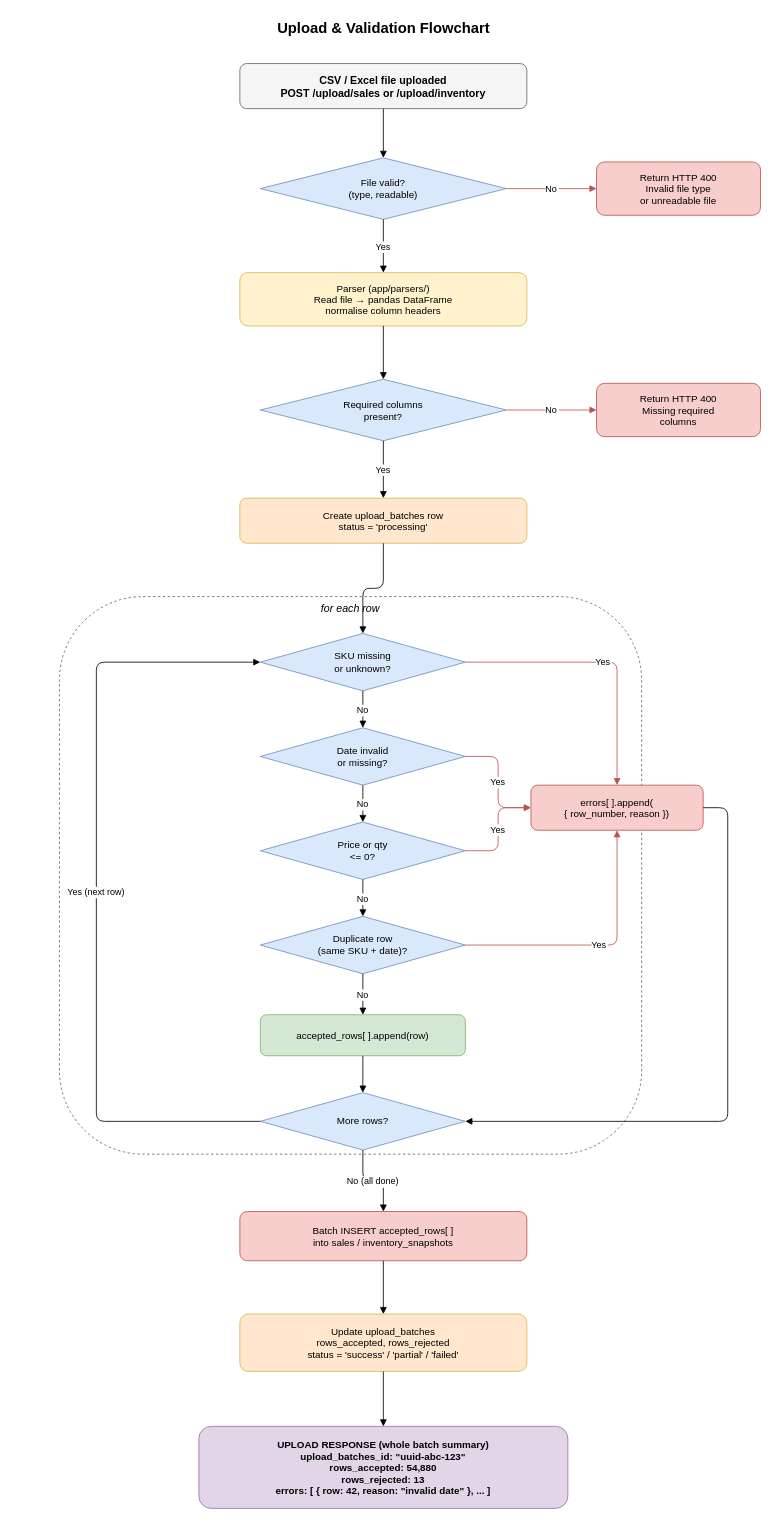
Earlier version of the draw.io diagram pics/drawio/upload_validate_flowchart.drawio (Kinosaur/retail-insights). Source tidied: cells renumbered, new cells numbered last; positions are measured from the earlier drawing's top-left corner, leaving out a move shared by most shapes. Both pictures are drawn from the tidied source at 82%, with x=0, y=0 at pixel (14, 14).
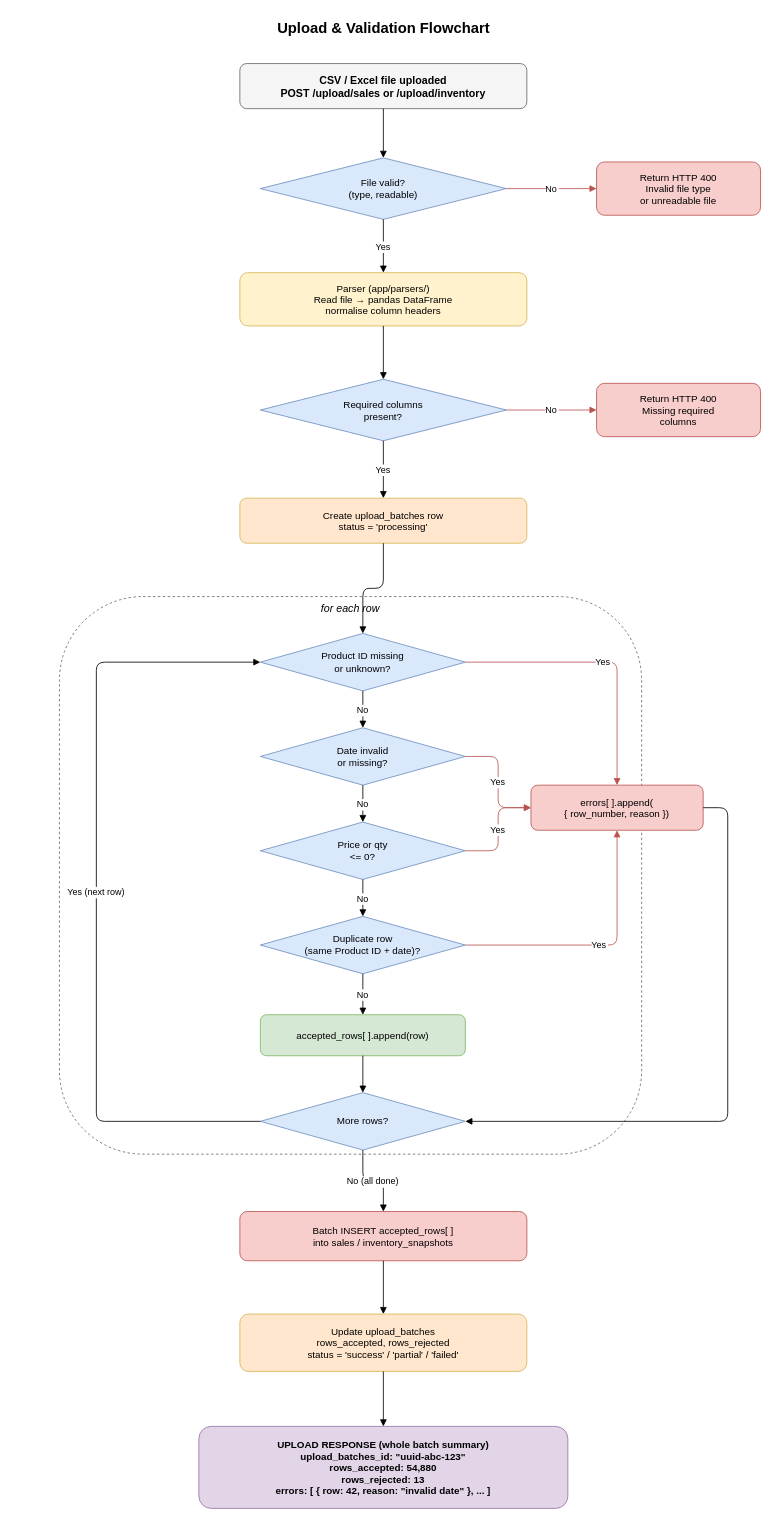
The same page after the edit.

Diff of the diagram source:
```diff
@@
-    <mxCell id="18" value="SKU missing&#10;or unknown?" style="rhombus;whiteSpace=wrap;html=1;fillColor=#dae8fc;strokeColor=#6c8ebf;fontSize=12;" parent="1" vertex="1">
+    <mxCell id="18" value="Product ID missing&lt;br&gt;or unknown?" style="rhombus;whiteSpace=wrap;html=1;fillColor=#dae8fc;strokeColor=#6c8ebf;fontSize=12;" parent="1" vertex="1">
       <mxGeometry x="300" y="755" width="250" height="70" as="geometry" />
     </mxCell>
@@
-    <mxCell id="23" value="Duplicate row&#10;(same SKU + date)?" style="rhombus;whiteSpace=wrap;html=1;fillColor=#dae8fc;strokeColor=#6c8ebf;fontSize=12;" parent="1" vertex="1">
+    <mxCell id="23" value="Duplicate row&lt;br&gt;(same Product ID + date)?" style="rhombus;whiteSpace=wrap;html=1;fillColor=#dae8fc;strokeColor=#6c8ebf;fontSize=12;" parent="1" vertex="1">
       <mxGeometry x="300" y="1100" width="250" height="70" as="geometry" />
     </mxCell>
```
